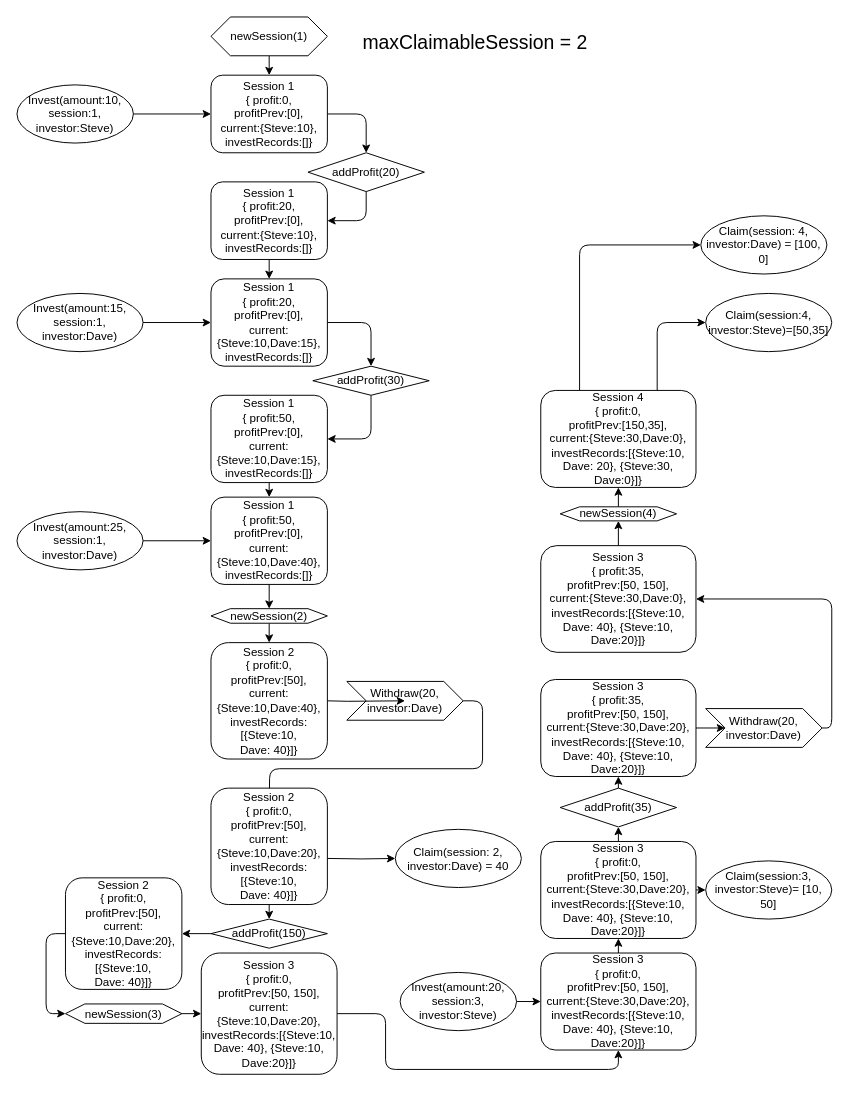
Earlier version of the draw.io diagram page "Scenario3_MaxClaimableSession=2_withdraw" (3 of 3) of Example1.drawio (ChihHaoChen/thundercoreProfit). Source tidied: cells renumbered, new cells numbered last; positions are measured from the earlier drawing's top-left corner, leaving out a move shared by most shapes. Both pictures are drawn from the tidied source at 97%, with x=0, y=0 at pixel (16, 16).
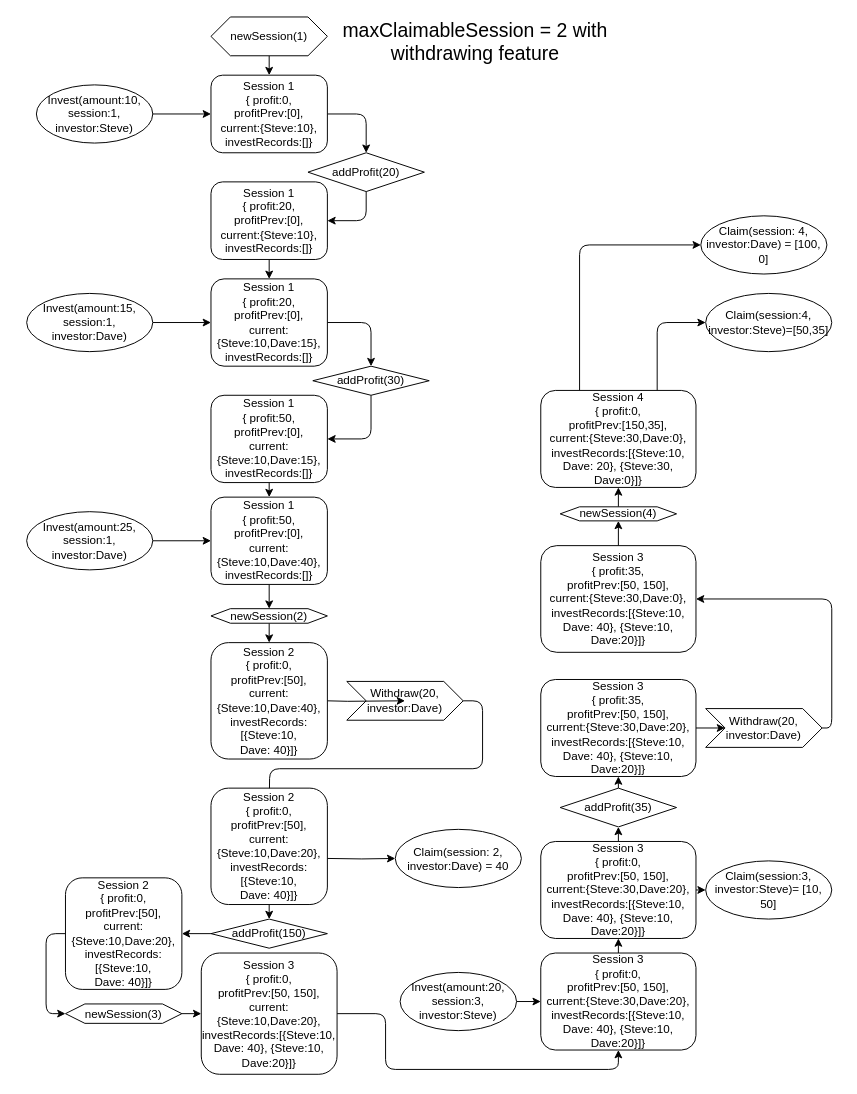
After the change.

The edit, as a diff of the source:
```diff
@@
     <mxCell id="5" value="Invest(amount:10, session:1, investor:Steve)" style="ellipse;whiteSpace=wrap;html=1;" parent="1" vertex="1">
-      <mxGeometry y="70" width="120" height="60" as="geometry" />
+      <mxGeometry x="20" y="70" width="120" height="60" as="geometry" />
     </mxCell>
@@
     <mxCell id="11" value="Invest(amount:15, session:1, investor:Dave)" style="ellipse;whiteSpace=wrap;html=1;" parent="1" vertex="1">
-      <mxGeometry y="285" width="130" height="60" as="geometry" />
+      <mxGeometry x="10" y="285" width="130" height="60" as="geometry" />
     </mxCell>
@@
     <mxCell id="21" value="Invest(amount:25, session:1, investor:Dave)" style="ellipse;whiteSpace=wrap;html=1;" parent="1" vertex="1">
-      <mxGeometry y="510" width="130" height="60" as="geometry" />
+      <mxGeometry x="10" y="510" width="130" height="60" as="geometry" />
     </mxCell>
@@
-    <mxCell id="44" value="maxClaimableSession = 2" style="text;html=1;strokeColor=none;fillColor=none;align=center;verticalAlign=middle;whiteSpace=wrap;rounded=0;fontSize=20;" parent="1" vertex="1">
+    <mxCell id="44" value="maxClaimableSession = 2 with withdrawing feature" style="text;html=1;strokeColor=none;fillColor=none;align=center;verticalAlign=middle;whiteSpace=wrap;rounded=0;fontSize=20;" parent="1" vertex="1">
       <mxGeometry x="320" y="15" width="305" height="20" as="geometry" />
     </mxCell>
```
